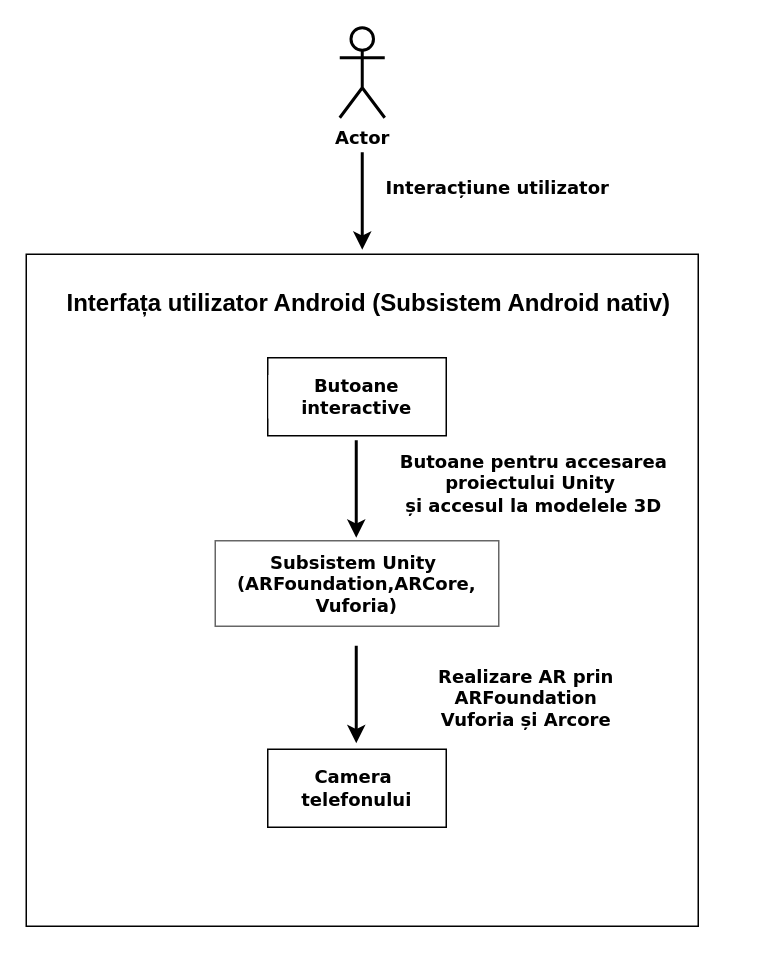
Earlier version of the draw.io diagram Untitled Diagram.drawio (Momoi2309/3dmodels). Source tidied: cells renumbered, new cells numbered last; positions are measured from the earlier drawing's top-left corner, leaving out a move shared by most shapes. Both pictures are drawn from the tidied source at 150%, with x=0, y=0 at pixel (26, 27).
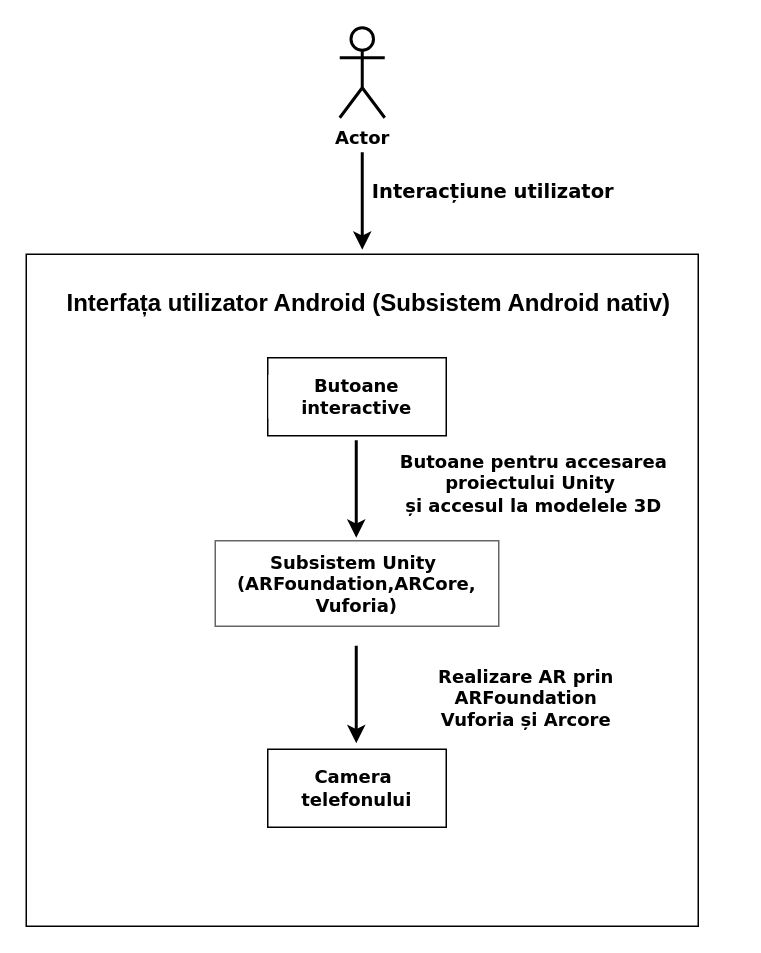
After the change.

Commit message:
use case diagram

The edit, as a diff of the source:
```diff
@@
 <mxGraphModel background="#ffffff">
   <root>
     <mxCell id="0" />
     <mxCell id="1" parent="0" />
     <mxCell id="2" style="whiteSpace=wrap;html=1;fontSize=10;labelBorderColor=none;" parent="1" vertex="1">
       <mxGeometry y="151" width="448" height="448" as="geometry" />
     </mxCell>
     <mxCell id="3" value="Actor" style="shape=umlActor;verticalLabelPosition=bottom;verticalAlign=top;html=1;strokeColor=#000000;fontStyle=1;fontFamily=Verdana;fontColor=#000000;strokeWidth=2;" parent="1" vertex="1">
       <mxGeometry x="209" width="30" height="60" as="geometry" />
     </mxCell>
     <mxCell id="4" value="Butoane interactive" style="rounded=0;whiteSpace=wrap;html=1;fontStyle=1;fontFamily=Verdana;labelBackgroundColor=default;" parent="1" vertex="1">
       <mxGeometry x="161" y="220" width="119" height="52" as="geometry" />
     </mxCell>
     <mxCell id="5" style="endArrow=classic;html=1;rounded=0;fontColor=#000000;strokeColor=#000000;strokeWidth=2;" parent="1" edge="1">
       <mxGeometry relative="1" as="geometry">
         <mxPoint x="224" y="83" as="sourcePoint" />
         <mxPoint x="224" y="148" as="targetPoint" />
       </mxGeometry>
     </mxCell>
     <mxCell id="6" value="Subsistem Unity&amp;nbsp;&lt;br&gt;(ARFoundation,ARCore,&lt;br&gt;Vuforia)" style="rounded=0;whiteSpace=wrap;html=1;fontFamily=Verdana;fontStyle=1;opacity=60;" parent="1" vertex="1">
       <mxGeometry x="126" y="342" width="189" height="57" as="geometry" />
     </mxCell>
     <mxCell id="7" value="Camera&amp;nbsp;&lt;br&gt;telefonului" style="rounded=0;whiteSpace=wrap;html=1;fontStyle=1;fontFamily=Verdana;" parent="1" vertex="1">
       <mxGeometry x="161" y="481" width="119" height="52" as="geometry" />
     </mxCell>
     <mxCell id="8" style="endArrow=classic;html=1;rounded=0;strokeWidth=2;" parent="1" edge="1">
       <mxGeometry relative="1" as="geometry">
         <mxPoint x="220" y="275" as="sourcePoint" />
         <mxPoint x="220" y="340" as="targetPoint" />
       </mxGeometry>
     </mxCell>
     <mxCell id="9" style="endArrow=classic;html=1;rounded=0;strokeWidth=2;" parent="1" edge="1">
       <mxGeometry relative="1" as="geometry">
         <mxPoint x="220" y="412" as="sourcePoint" />
         <mxPoint x="220" y="477" as="targetPoint" />
       </mxGeometry>
     </mxCell>
     <mxCell id="10" value="&lt;font style=&quot;font-size: 16px;&quot;&gt;Interfața utilizator Android (Subsistem Android nativ)&lt;/font&gt;" style="text;strokeColor=none;fillColor=none;html=1;fontSize=18;fontStyle=1;verticalAlign=middle;align=center;" parent="1" vertex="1">
       <mxGeometry x="190" y="171" width="76" height="23" as="geometry" />
     </mxCell>
-    <mxCell id="11" value="Interacțiune utilizator" style="text;strokeColor=none;fillColor=none;html=1;fontSize=12;fontStyle=1;verticalAlign=middle;align=center;fontFamily=Verdana;fontColor=#000000;" parent="1" vertex="1">
-      <mxGeometry x="281" y="96" width="66" height="21" as="geometry" />
+    <mxCell id="11" value="Interacțiune utilizator" style="text;strokeColor=none;fillColor=none;html=1;fontSize=13;fontStyle=1;verticalAlign=middle;align=center;fontFamily=Verdana;fontColor=#000000;" parent="1" vertex="1">
+      <mxGeometry x="278" y="98" width="66" height="21" as="geometry" />
     </mxCell>
     <mxCell id="12" value="Butoane pentru accesarea &lt;br style=&quot;font-size: 12px;&quot;&gt;proiectului Unity&amp;nbsp;&lt;br style=&quot;font-size: 12px;&quot;&gt;și accesul la modelele 3D" style="text;strokeColor=none;fillColor=none;html=1;fontSize=12;fontStyle=1;verticalAlign=middle;align=center;fontFamily=Verdana;" parent="1" vertex="1">
       <mxGeometry x="204" y="290" width="268" height="28" as="geometry" />
     </mxCell>
     <mxCell id="13" value="Realizare AR prin &lt;br&gt;ARFoundation&lt;br&gt;Vuforia și Arcore" style="text;strokeColor=none;fillColor=none;html=1;fontSize=12;fontStyle=1;verticalAlign=middle;align=center;fontFamily=Verdana;" parent="1" vertex="1">
       <mxGeometry x="303" y="434" width="59" height="26" as="geometry" />
     </mxCell>
   </root>
 </mxGraphModel>
```
